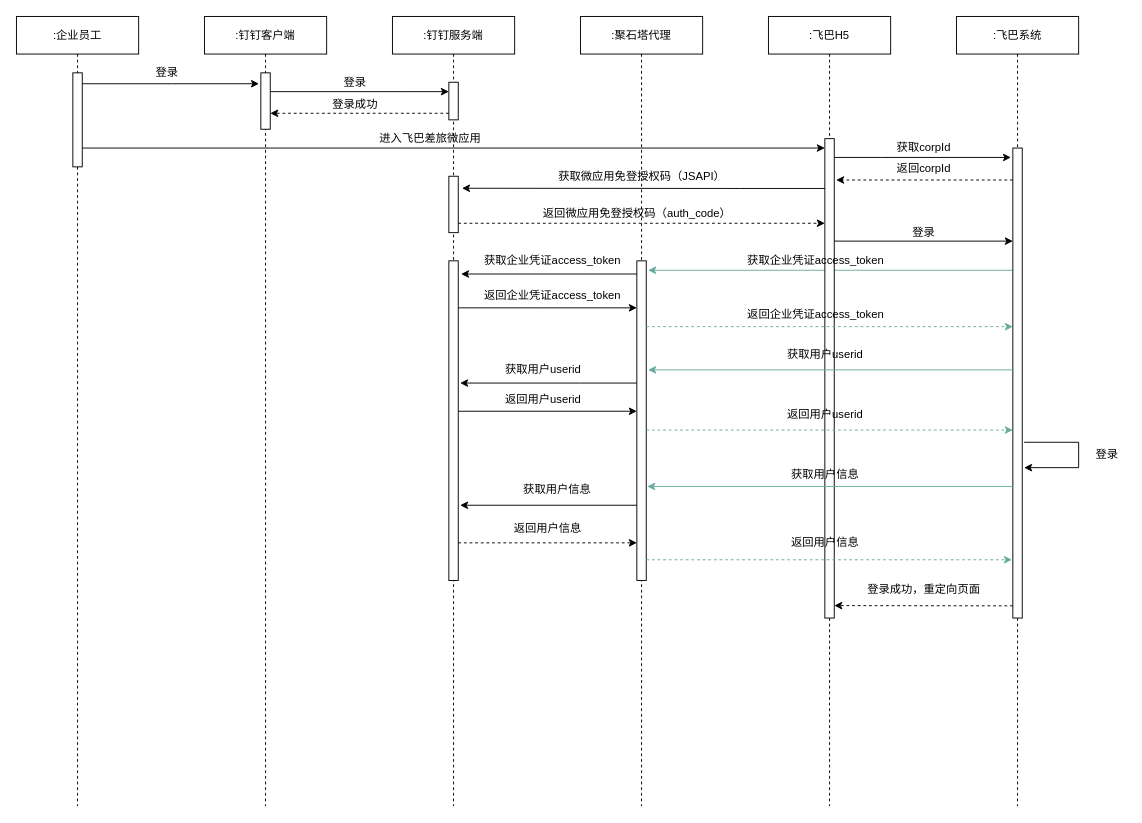
This is page "000" (2 of 2) of src/work/flyby/dingtalk/dingtalk.drawio from ab-doc/draw.io, a draw.io file, before an edit. Source tidied: cells renumbered, new cells numbered last; positions are measured from the earlier drawing's top-left corner, leaving out a move shared by most shapes. Both pictures are drawn from the tidied source at 94%, with x=0, y=0 at pixel (16, 16).
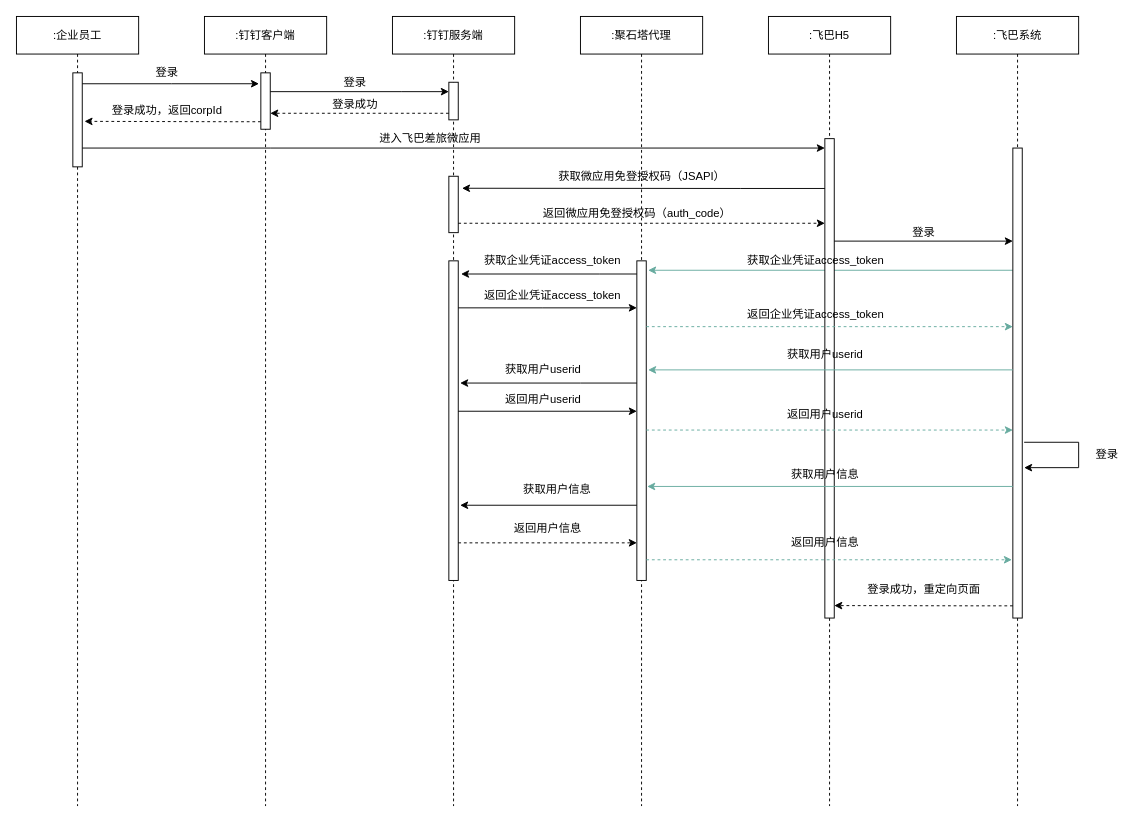
Above is the later version.

Unchanged cells that the change refers to:
```xml
<mxCell id="12" style="html=1;points=[];perimeter=orthogonalPerimeter;" parent="11" vertex="1">
  <mxGeometry x="60" y="130" width="10" height="510" as="geometry" />
</mxCell>
<mxCell id="16" style="html=1;points=[];perimeter=orthogonalPerimeter;" parent="14" vertex="1">
  <mxGeometry x="60" y="140" width="10" height="500" as="geometry" />
</mxCell>
<mxCell id="18" style="html=1;points=[];perimeter=orthogonalPerimeter;" parent="17" vertex="1">
  <mxGeometry x="60" y="60" width="10" height="100" as="geometry" />
</mxCell>
```

Diff of the diagram source:
```diff
@@
-    <mxCell id="31" style="edgeStyle=orthogonalEdgeStyle;rounded=0;jettySize=auto;html=1;strokeColor=#000000;" parent="1" edge="1" source="12">
-      <mxGeometry relative="1" as="geometry">
-        <mxPoint x="1058" y="150" as="targetPoint" />
-        <Array as="points">
-          <mxPoint x="920" y="150" />
-          <mxPoint x="920" y="150" />
-        </Array>
-      </mxGeometry>
-    </mxCell>
-    <mxCell id="32" value="获取corpId" style="text;html=1;align=center;verticalAlign=middle;" parent="1" vertex="1">
-      <mxGeometry x="930" y="130" width="70" height="20" as="geometry" />
-    </mxCell>
-    <mxCell id="33" style="edgeStyle=orthogonalEdgeStyle;rounded=0;jettySize=auto;html=1;strokeColor=#000000;dashed=1;" parent="1" edge="1" source="16">
+    <mxCell id="33" style="edgeStyle=orthogonalEdgeStyle;rounded=0;jettySize=auto;html=1;strokeColor=#000000;dashed=1;entryX=1.24;entryY=0.516;entryDx=0;entryDy=0;entryPerimeter=0;" parent="1" edge="1" target="18">
       <mxGeometry relative="1" as="geometry">
-        <mxPoint x="872" y="174" as="targetPoint" />
+        <mxPoint x="260" y="112" as="sourcePoint" />
         <Array as="points">
-          <mxPoint x="1020" y="174" />
-          <mxPoint x="1020" y="174" />
+          <mxPoint x="230" y="112" />
         </Array>
       </mxGeometry>
     </mxCell>
-    <mxCell id="34" value="返回corpId" style="text;html=1;align=center;verticalAlign=middle;" parent="1" vertex="1">
-      <mxGeometry x="930" y="152" width="70" height="20" as="geometry" />
+    <mxCell id="34" value="登录成功，返回corpId" style="text;html=1;align=center;verticalAlign=middle;" parent="1" vertex="1">
+      <mxGeometry x="95" y="90" width="130" height="20" as="geometry" />
     </mxCell>
```
